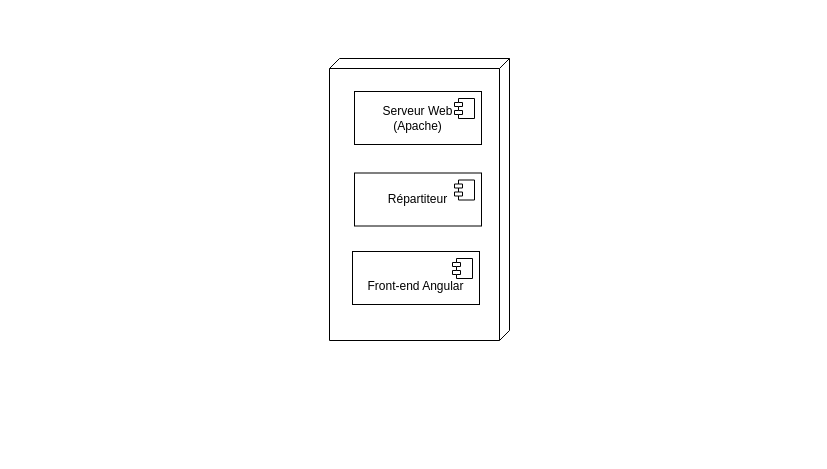
This is Diagramme sans nom.drawio from ewan-delanoy/uml_diagram, a draw.io file, before an edit. Source tidied: cells renumbered, new cells numbered last; positions are measured from the earlier drawing's top-left corner, leaving out a move shared by most shapes. Both pictures are drawn from the tidied source at 100%, with x=0, y=0 at pixel (329, 58).
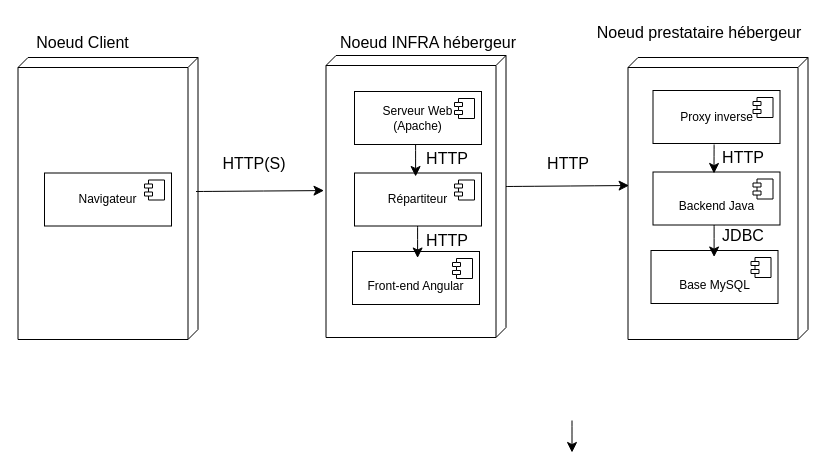
The same page after the edit.

The edit, as a diff of the source:
```diff
@@
     <mxCell id="2" style="verticalAlign=top;align=left;spacingTop=8;spacingLeft=2;spacingRight=12;shape=cube;size=10;direction=south;fontStyle=4;html=1;whiteSpace=wrap;" parent="1" vertex="1">
-      <mxGeometry width="180" height="282" as="geometry" />
+      <mxGeometry x="-3.5" y="-3" width="180" height="282" as="geometry" />
     </mxCell>
@@
+    <mxCell id="10" style="verticalAlign=top;align=left;spacingTop=8;spacingLeft=2;spacingRight=12;shape=cube;size=10;direction=south;fontStyle=4;html=1;whiteSpace=wrap;" parent="1" vertex="1">
+      <mxGeometry x="298.5" y="-1" width="180" height="282" as="geometry" />
+    </mxCell>
+    <mxCell id="11" value="Proxy inverse" style="html=1;whiteSpace=wrap;" parent="1" vertex="1">
+      <mxGeometry x="323.5" y="32" width="127" height="53" as="geometry" />
+    </mxCell>
+    <mxCell id="12" style="shape=module;jettyWidth=8;jettyHeight=4;" parent="11" vertex="1">
+      <mxGeometry x="1" width="20" height="20" relative="1" as="geometry">
+        <mxPoint x="-27" y="7" as="offset" />
+      </mxGeometry>
+    </mxCell>
+    <mxCell id="13" style="edgeStyle=none;curved=1;rounded=0;orthogonalLoop=1;jettySize=auto;html=1;exitX=0.5;exitY=1;exitDx=0;exitDy=0;fontSize=12;startSize=8;endSize=8;" parent="1" edge="1" source="11" target="11">
+      <mxGeometry relative="1" as="geometry" />
+    </mxCell>
+    <mxCell id="14" value="&lt;br&gt;&lt;div&gt;Backend Java&lt;/div&gt;" style="html=1;whiteSpace=wrap;" parent="1" vertex="1">
+      <mxGeometry x="323.5" y="113.5" width="127" height="53" as="geometry" />
+    </mxCell>
+    <mxCell id="15" style="shape=module;jettyWidth=8;jettyHeight=4;" parent="14" vertex="1">
+      <mxGeometry x="1" width="20" height="20" relative="1" as="geometry">
+        <mxPoint x="-27" y="7" as="offset" />
+      </mxGeometry>
+    </mxCell>
+    <mxCell id="16" value="&lt;div&gt;&lt;br&gt;&lt;/div&gt;&lt;div&gt;Base MySQL&lt;/div&gt;" style="html=1;whiteSpace=wrap;" parent="1" vertex="1">
+      <mxGeometry x="321.5" y="192" width="127" height="53" as="geometry" />
+    </mxCell>
+    <mxCell id="17" style="shape=module;jettyWidth=8;jettyHeight=4;" parent="16" vertex="1">
+      <mxGeometry x="1" width="20" height="20" relative="1" as="geometry">
+        <mxPoint x="-27" y="7" as="offset" />
+      </mxGeometry>
+    </mxCell>
+    <mxCell id="18" style="verticalAlign=top;align=left;spacingTop=8;spacingLeft=2;spacingRight=12;shape=cube;size=10;direction=south;fontStyle=4;html=1;whiteSpace=wrap;" parent="1" vertex="1">
+      <mxGeometry x="-311.5" y="-1" width="180" height="282" as="geometry" />
+    </mxCell>
+    <mxCell id="19" style="edgeStyle=none;curved=1;rounded=0;orthogonalLoop=1;jettySize=auto;html=1;exitX=0.5;exitY=1;exitDx=0;exitDy=0;fontSize=12;startSize=8;endSize=8;" parent="1" edge="1">
+      <mxGeometry relative="1" as="geometry">
+        <mxPoint x="-221.5" y="86" as="sourcePoint" />
+        <mxPoint x="-221.5" y="86" as="targetPoint" />
+      </mxGeometry>
+    </mxCell>
+    <mxCell id="20" value="Navigateur" style="html=1;whiteSpace=wrap;" parent="1" vertex="1">
+      <mxGeometry x="-285" y="114.5" width="127" height="53" as="geometry" />
+    </mxCell>
+    <mxCell id="21" style="shape=module;jettyWidth=8;jettyHeight=4;" parent="20" vertex="1">
+      <mxGeometry x="1" width="20" height="20" relative="1" as="geometry">
+        <mxPoint x="-27" y="7" as="offset" />
+      </mxGeometry>
+    </mxCell>
+    <mxCell id="22" style="endArrow=classic;html=1;rounded=0;fontSize=12;startSize=8;endSize=8;curved=1;" parent="1" edge="1">
+      <mxGeometry relative="1" as="geometry">
+        <mxPoint x="242.5" y="362" as="sourcePoint" />
+        <mxPoint x="242.5" y="394" as="targetPoint" />
+      </mxGeometry>
+    </mxCell>
+    <mxCell id="23" style="endArrow=classic;html=1;rounded=0;fontSize=12;startSize=8;endSize=8;curved=1;entryX=0.479;entryY=1.011;entryDx=0;entryDy=0;entryPerimeter=0;" parent="1" edge="1" target="2">
+      <mxGeometry relative="1" as="geometry">
+        <mxPoint x="-133.5" y="133" as="sourcePoint" />
+      </mxGeometry>
+    </mxCell>
+    <mxCell id="24" style="endArrow=classic;html=1;rounded=0;fontSize=12;startSize=8;endSize=8;curved=1;entryX=0.454;entryY=0.994;entryDx=0;entryDy=0;entryPerimeter=0;" parent="1" edge="1" target="10">
+      <mxGeometry relative="1" as="geometry">
+        <mxPoint x="176.5" y="128" as="sourcePoint" />
+      </mxGeometry>
+    </mxCell>
+    <mxCell id="25" style="endArrow=classic;html=1;rounded=0;fontSize=12;startSize=8;endSize=8;curved=1;" parent="1" edge="1">
+      <mxGeometry relative="1" as="geometry">
+        <mxPoint x="86.1" y="86" as="sourcePoint" />
+        <mxPoint x="86.1" y="118" as="targetPoint" />
+      </mxGeometry>
+    </mxCell>
+    <mxCell id="26" style="endArrow=classic;html=1;rounded=0;fontSize=12;startSize=8;endSize=8;curved=1;" parent="1" edge="1">
+      <mxGeometry relative="1" as="geometry">
+        <mxPoint x="88.1" y="167.5" as="sourcePoint" />
+        <mxPoint x="88.1" y="199.5" as="targetPoint" />
+      </mxGeometry>
+    </mxCell>
+    <mxCell id="27" style="endArrow=classic;html=1;rounded=0;fontSize=12;startSize=8;endSize=8;curved=1;" parent="1" edge="1">
+      <mxGeometry relative="1" as="geometry">
+        <mxPoint x="384.6" y="86" as="sourcePoint" />
+        <mxPoint x="384.5" y="115" as="targetPoint" />
+      </mxGeometry>
+    </mxCell>
+    <mxCell id="28" style="endArrow=classic;html=1;rounded=0;fontSize=12;startSize=8;endSize=8;curved=1;" parent="1" edge="1">
+      <mxGeometry relative="1" as="geometry">
+        <mxPoint x="384.6" y="166.5" as="sourcePoint" />
+        <mxPoint x="384.6" y="198.5" as="targetPoint" />
+      </mxGeometry>
+    </mxCell>
+    <mxCell id="29" value="HTTP" style="text;html=1;align=center;verticalAlign=middle;whiteSpace=wrap;rounded=0;fontSize=16;" parent="1" vertex="1">
+      <mxGeometry x="87.5" y="84.5" width="60" height="30" as="geometry" />
+    </mxCell>
+    <mxCell id="30" value="HTTP" style="text;html=1;align=center;verticalAlign=middle;whiteSpace=wrap;rounded=0;fontSize=16;" parent="1" vertex="1">
+      <mxGeometry x="87.5" y="166.5" width="60" height="30" as="geometry" />
+    </mxCell>
+    <mxCell id="31" value="HTTP" style="text;html=1;align=center;verticalAlign=middle;whiteSpace=wrap;rounded=0;fontSize=16;" parent="1" vertex="1">
+      <mxGeometry x="383.5" y="83.5" width="60" height="30" as="geometry" />
+    </mxCell>
+    <mxCell id="32" value="JDBC" style="text;html=1;align=center;verticalAlign=middle;whiteSpace=wrap;rounded=0;fontSize=16;" parent="1" vertex="1">
+      <mxGeometry x="383.5" y="162" width="60" height="30" as="geometry" />
+    </mxCell>
+    <mxCell id="33" value="HTTP(S)" style="text;html=1;align=center;verticalAlign=middle;whiteSpace=wrap;rounded=0;fontSize=16;" parent="1" vertex="1">
+      <mxGeometry x="-105.5" y="90" width="60" height="30" as="geometry" />
+    </mxCell>
+    <mxCell id="34" value="HTTP" style="text;html=1;align=center;verticalAlign=middle;whiteSpace=wrap;rounded=0;fontSize=16;" parent="1" vertex="1">
+      <mxGeometry x="208.5" y="90" width="60" height="30" as="geometry" />
+    </mxCell>
+    <mxCell id="35" value="Noeud prestataire hébergeur" style="text;html=1;align=center;verticalAlign=middle;whiteSpace=wrap;rounded=0;fontSize=16;" parent="1" vertex="1">
+      <mxGeometry x="258.5" y="-41" width="222" height="30" as="geometry" />
+    </mxCell>
+    <mxCell id="36" value="Noeud Client" style="text;html=1;align=center;verticalAlign=middle;whiteSpace=wrap;rounded=0;fontSize=16;" parent="1" vertex="1">
+      <mxGeometry x="-309.5" y="-31" width="125" height="30" as="geometry" />
+    </mxCell>
+    <mxCell id="37" value="Noeud INFRA hébergeur" style="text;html=1;align=center;verticalAlign=middle;whiteSpace=wrap;rounded=0;fontSize=16;" parent="1" vertex="1">
+      <mxGeometry x="-12.5" y="-31" width="222" height="30" as="geometry" />
+    </mxCell>
```
